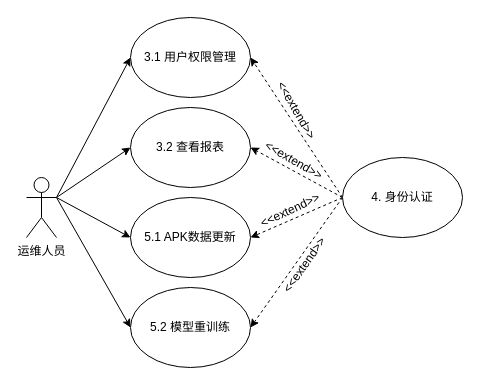
The draw.io diagram 需求分析3.drawio in sunray42/diagrams, before the edit. Source tidied: cells renumbered, new cells numbered last; positions are measured from the earlier drawing's top-left corner, leaving out a move shared by most shapes. Both pictures are drawn from the tidied source at 100%, with x=0, y=0 at pixel (26, 17).
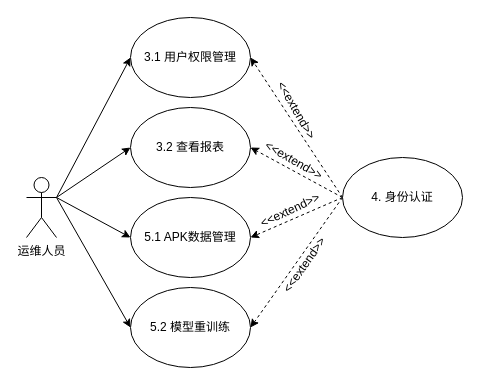
After the change.

Commit message:
更新需求分析3.drawio

What changed in the source:
```diff
@@
 <mxGraphModel>
   <root>
     <mxCell id="0" />
     <mxCell id="1" parent="0" />
     <mxCell id="2" style="rounded=0;jettySize=auto;html=1;exitX=1;exitY=0.3333333333333333;exitDx=0;exitDy=0;exitPerimeter=0;entryX=0;entryY=0.5;entryDx=0;entryDy=0;" parent="1" edge="1" source="6" target="7">
       <mxGeometry relative="1" as="geometry" />
     </mxCell>
     <mxCell id="3" style="rounded=0;jettySize=auto;html=1;exitX=1;exitY=0.3333333333333333;exitDx=0;exitDy=0;exitPerimeter=0;entryX=0;entryY=0.5;entryDx=0;entryDy=0;" parent="1" edge="1" source="6" target="14">
       <mxGeometry relative="1" as="geometry" />
     </mxCell>
     <mxCell id="4" style="rounded=0;jettySize=auto;html=1;exitX=1;exitY=0.3333333333333333;exitDx=0;exitDy=0;exitPerimeter=0;entryX=0;entryY=0.5;entryDx=0;entryDy=0;" parent="1" edge="1" source="6" target="16">
       <mxGeometry relative="1" as="geometry" />
     </mxCell>
     <mxCell id="5" style="rounded=0;jettySize=auto;html=1;exitX=1;exitY=0.3333333333333333;exitDx=0;exitDy=0;exitPerimeter=0;entryX=0;entryY=0.5;entryDx=0;entryDy=0;" parent="1" edge="1" source="6" target="18">
       <mxGeometry relative="1" as="geometry" />
     </mxCell>
     <mxCell id="6" value="运维人员" style="shape=umlActor;verticalLabelPosition=bottom;verticalAlign=top;html=1;outlineConnect=0;" parent="1" vertex="1">
       <mxGeometry y="160" width="30" height="60" as="geometry" />
     </mxCell>
     <mxCell id="7" value="3.1 用户权限管理" style="ellipse;whiteSpace=wrap;html=1;" parent="1" vertex="1">
       <mxGeometry x="104" width="120" height="80" as="geometry" />
     </mxCell>
     <mxCell id="8" style="rounded=0;jettySize=auto;html=1;exitX=0;exitY=0.5;exitDx=0;exitDy=0;entryX=1;entryY=0.5;entryDx=0;entryDy=0;dashed=1;" parent="1" edge="1" source="12" target="7">
       <mxGeometry relative="1" as="geometry" />
     </mxCell>
     <mxCell id="9" style="rounded=0;jettySize=auto;html=1;exitX=0;exitY=0.5;exitDx=0;exitDy=0;entryX=1;entryY=0.5;entryDx=0;entryDy=0;dashed=1;" parent="1" edge="1" source="12" target="14">
       <mxGeometry relative="1" as="geometry" />
     </mxCell>
     <mxCell id="10" style="rounded=0;jettySize=auto;html=1;exitX=0;exitY=0.5;exitDx=0;exitDy=0;entryX=1;entryY=0.5;entryDx=0;entryDy=0;dashed=1;" parent="1" edge="1" source="12" target="16">
       <mxGeometry relative="1" as="geometry" />
     </mxCell>
     <mxCell id="11" style="rounded=0;jettySize=auto;html=1;exitX=0;exitY=0.5;exitDx=0;exitDy=0;entryX=1;entryY=0.5;entryDx=0;entryDy=0;dashed=1;" parent="1" edge="1" source="12" target="18">
       <mxGeometry relative="1" as="geometry" />
     </mxCell>
     <mxCell id="12" value="4. 身份认证" style="ellipse;whiteSpace=wrap;html=1;" parent="1" vertex="1">
       <mxGeometry x="316" y="140" width="120" height="80" as="geometry" />
     </mxCell>
     <mxCell id="13" value="&amp;lt;&amp;lt;extend&amp;gt;&amp;gt;" style="text;html=1;strokeColor=none;fillColor=none;align=center;verticalAlign=middle;whiteSpace=wrap;rounded=0;rotation=60;" parent="1" vertex="1">
       <mxGeometry x="235.5" y="80" width="70" height="25" as="geometry" />
     </mxCell>
     <mxCell id="14" value="3.2 查看报表" style="ellipse;whiteSpace=wrap;html=1;" parent="1" vertex="1">
       <mxGeometry x="104" y="90" width="120" height="80" as="geometry" />
     </mxCell>
     <mxCell id="15" value="&amp;lt;&amp;lt;extend&amp;gt;&amp;gt;" style="text;html=1;strokeColor=none;fillColor=none;align=center;verticalAlign=middle;whiteSpace=wrap;rounded=0;rotation=30;" parent="1" vertex="1">
       <mxGeometry x="229.5" y="130" width="76" height="25" as="geometry" />
     </mxCell>
-    <mxCell id="16" value="5.1 APK数据更新" style="ellipse;whiteSpace=wrap;html=1;" parent="1" vertex="1">
+    <mxCell id="16" value="5.1 APK数据管理" style="ellipse;whiteSpace=wrap;html=1;" parent="1" vertex="1">
       <mxGeometry x="104" y="180" width="120" height="80" as="geometry" />
     </mxCell>
     <mxCell id="17" value="&amp;lt;&amp;lt;extend&amp;gt;&amp;gt;" style="text;html=1;strokeColor=none;fillColor=none;align=center;verticalAlign=middle;whiteSpace=wrap;rounded=0;rotation=-55;" parent="1" vertex="1">
       <mxGeometry x="240" y="235" width="76" height="25" as="geometry" />
     </mxCell>
     <mxCell id="18" value="5.2 模型重训练" style="ellipse;whiteSpace=wrap;html=1;" parent="1" vertex="1">
       <mxGeometry x="104" y="270" width="120" height="80" as="geometry" />
     </mxCell>
     <mxCell id="19" value="&amp;lt;&amp;lt;extend&amp;gt;&amp;gt;" style="text;html=1;strokeColor=none;fillColor=none;align=center;verticalAlign=middle;whiteSpace=wrap;rounded=0;rotation=-25;" parent="1" vertex="1">
       <mxGeometry x="226" y="180.5" width="76" height="25" as="geometry" />
     </mxCell>
   </root>
 </mxGraphModel>
```
